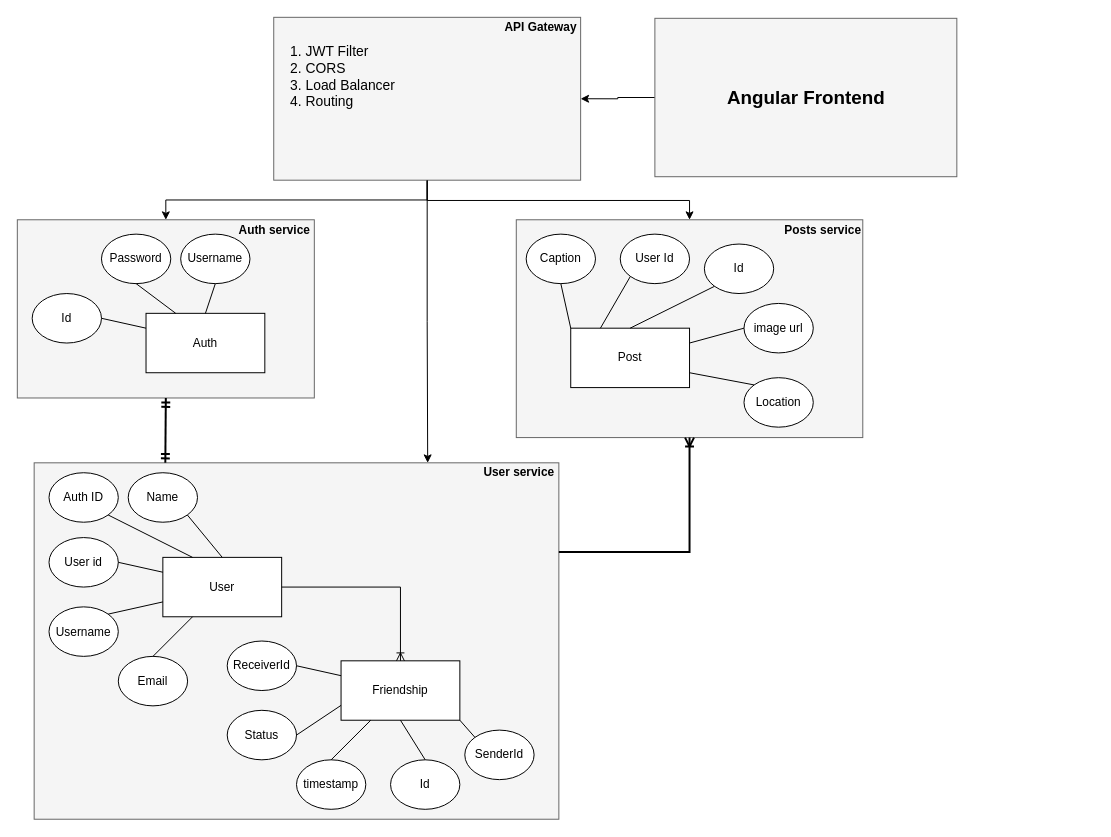
This is socio.drawio from meethariya/Socio, a draw.io file, before an edit. Source tidied: cells renumbered, new cells numbered last; positions are measured from the earlier drawing's top-left corner, leaving out a move shared by most shapes. Both pictures are drawn from the tidied source at 99%, with x=0, y=0 at pixel (17, 17).
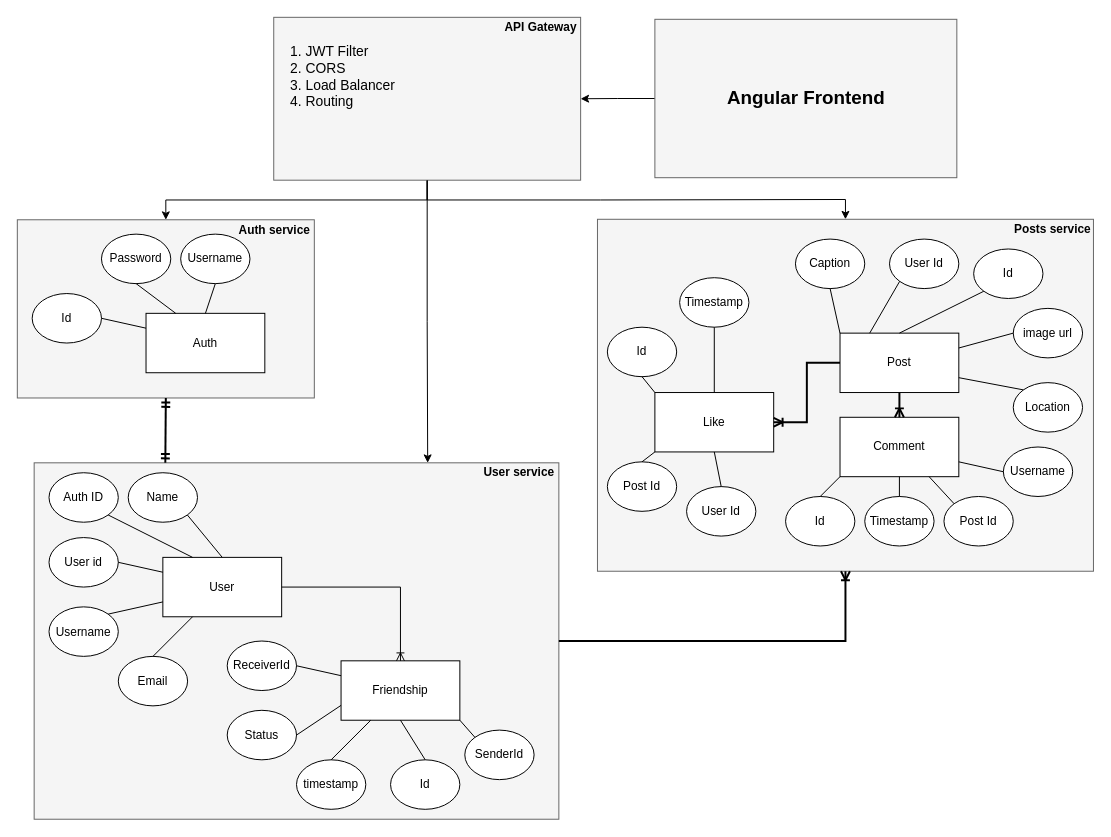
The same diagram, later.

The change refers to these unchanged cells:
```xml
<mxCell id="4" style="rounded=0;whiteSpace=wrap;html=1;fillColor=#f5f5f5;strokeColor=#666666;fontColor=#333333;" parent="1" vertex="1">
  <mxGeometry x="17" y="450" width="530" height="360" as="geometry" />
</mxCell>
<mxCell id="53" style="rounded=0;whiteSpace=wrap;html=1;fillColor=#f5f5f5;fontColor=#333333;strokeColor=#666666;" parent="1" vertex="1">
  <mxGeometry x="259" width="310" height="164.5" as="geometry" />
</mxCell>
```

Diff of the diagram source:
```diff
@@
     <mxCell id="2" style="rounded=0;whiteSpace=wrap;html=1;fillColor=#f5f5f5;fontColor=#333333;strokeColor=#666666;" parent="1" vertex="1">
-      <mxGeometry x="504" y="204.5" width="350" height="220" as="geometry" />
+      <mxGeometry x="586" y="204" width="501" height="355.5" as="geometry" />
     </mxCell>
@@
     <mxCell id="16" value="Post" style="rounded=0;whiteSpace=wrap;html=1;" parent="1" vertex="1">
-      <mxGeometry x="559" y="314" width="120" height="60" as="geometry" />
+      <mxGeometry x="831" y="319" width="120" height="60" as="geometry" />
     </mxCell>
     <mxCell id="17" value="Caption" style="ellipse;whiteSpace=wrap;html=1;" parent="1" vertex="1">
-      <mxGeometry x="514" y="219" width="70" height="50" as="geometry" />
+      <mxGeometry x="786" y="224" width="70" height="50" as="geometry" />
     </mxCell>
     <mxCell id="18" value="Location" style="ellipse;whiteSpace=wrap;html=1;" parent="1" vertex="1">
-      <mxGeometry x="734" y="364" width="70" height="50" as="geometry" />
+      <mxGeometry x="1006" y="369" width="70" height="50" as="geometry" />
     </mxCell>
     <mxCell id="19" value="image url" style="ellipse;whiteSpace=wrap;html=1;" parent="1" vertex="1">
-      <mxGeometry x="734" y="289" width="70" height="50" as="geometry" />
+      <mxGeometry x="1006" y="294" width="70" height="50" as="geometry" />
     </mxCell>
     <mxCell id="20" value="User Id" style="ellipse;whiteSpace=wrap;html=1;" parent="1" vertex="1">
-      <mxGeometry x="609" y="219" width="70" height="50" as="geometry" />
+      <mxGeometry x="881" y="224" width="70" height="50" as="geometry" />
     </mxCell>
     <mxCell id="21" value="Id" style="ellipse;whiteSpace=wrap;html=1;" parent="1" vertex="1">
-      <mxGeometry x="694" y="229" width="70" height="50" as="geometry" />
+      <mxGeometry x="966" y="234" width="70" height="50" as="geometry" />
     </mxCell>
@@
-    <mxCell id="27" style="fontSize=12;html=1;endArrow=ERoneToMany;rounded=0;exitX=1;exitY=0.25;exitDx=0;exitDy=0;entryX=0.5;entryY=1;entryDx=0;entryDy=0;edgeStyle=orthogonalEdgeStyle;strokeWidth=2;" parent="1" edge="1" source="4" target="2">
+    <mxCell id="27" style="fontSize=12;html=1;endArrow=ERoneToMany;rounded=0;exitX=1;exitY=0.5;exitDx=0;exitDy=0;entryX=0.5;entryY=1;entryDx=0;entryDy=0;edgeStyle=orthogonalEdgeStyle;strokeWidth=2;" parent="1" edge="1" source="4" target="2">
       <mxGeometry relative="1" as="geometry" />
     </mxCell>
@@
     <mxCell id="49" value="&lt;b&gt;Posts service&lt;/b&gt;" style="text;html=1;align=center;verticalAlign=middle;whiteSpace=wrap;rounded=0;" parent="1" vertex="1">
-      <mxGeometry x="774" y="204.5" width="80" height="20" as="geometry" />
+      <mxGeometry x="1006" y="204" width="80" height="20" as="geometry" />
     </mxCell>
@@
-    <mxCell id="55" style="edgeStyle=orthogonalEdgeStyle;rounded=0;jettySize=auto;html=1;entryX=0.5;entryY=0;entryDx=0;entryDy=0;exitX=0.5;exitY=1;exitDx=0;exitDy=0;" parent="1" edge="1" source="53" target="2">
-      <mxGeometry relative="1" as="geometry">
-        <Array as="points">
-          <mxPoint x="414" y="185" />
-          <mxPoint x="679" y="185" />
-        </Array>
-      </mxGeometry>
-    </mxCell>
@@
     <mxCell id="58" style="rounded=0;whiteSpace=wrap;html=1;fillColor=#f5f5f5;fontColor=#333333;strokeColor=#666666;" parent="1" vertex="1">
-      <mxGeometry x="644" y="1" width="305" height="160" as="geometry" />
+      <mxGeometry x="644" y="2" width="305" height="160" as="geometry" />
     </mxCell>
@@
+    <mxCell id="60" value="Like" style="rounded=0;whiteSpace=wrap;html=1;" parent="1" vertex="1">
+      <mxGeometry x="644" y="379" width="120" height="60" as="geometry" />
+    </mxCell>
+    <mxCell id="61" value="Id" style="ellipse;whiteSpace=wrap;html=1;" parent="1" vertex="1">
+      <mxGeometry x="596" y="313" width="70" height="50" as="geometry" />
+    </mxCell>
+    <mxCell id="62" style="endArrow=none;html=1;rounded=0;entryX=0.5;entryY=1;entryDx=0;entryDy=0;exitX=0;exitY=0;exitDx=0;exitDy=0;" parent="1" edge="1" source="60" target="61">
+      <mxGeometry relative="1" as="geometry" />
+    </mxCell>
+    <mxCell id="63" value="Post Id" style="ellipse;whiteSpace=wrap;html=1;" parent="1" vertex="1">
+      <mxGeometry x="596" y="449" width="70" height="50" as="geometry" />
+    </mxCell>
+    <mxCell id="64" style="endArrow=none;html=1;rounded=0;entryX=0.5;entryY=0;entryDx=0;entryDy=0;exitX=0;exitY=1;exitDx=0;exitDy=0;" parent="1" edge="1" source="60" target="63">
+      <mxGeometry relative="1" as="geometry" />
+    </mxCell>
+    <mxCell id="65" value="User Id" style="ellipse;whiteSpace=wrap;html=1;" parent="1" vertex="1">
+      <mxGeometry x="676" y="474" width="70" height="50" as="geometry" />
+    </mxCell>
+    <mxCell id="66" style="endArrow=none;html=1;rounded=0;entryX=0.5;entryY=0;entryDx=0;entryDy=0;exitX=0.5;exitY=1;exitDx=0;exitDy=0;" parent="1" edge="1" source="60" target="65">
+      <mxGeometry relative="1" as="geometry" />
+    </mxCell>
+    <mxCell id="67" value="Timestamp" style="ellipse;whiteSpace=wrap;html=1;" parent="1" vertex="1">
+      <mxGeometry x="669" y="263" width="70" height="50" as="geometry" />
+    </mxCell>
+    <mxCell id="68" style="endArrow=none;html=1;rounded=0;entryX=0.5;entryY=0;entryDx=0;entryDy=0;exitX=0.5;exitY=1;exitDx=0;exitDy=0;" parent="1" edge="1" source="67" target="60">
+      <mxGeometry relative="1" as="geometry" />
+    </mxCell>
+    <mxCell id="69" style="fontSize=12;html=1;endArrow=ERoneToMany;rounded=0;exitX=0;exitY=0.5;exitDx=0;exitDy=0;entryX=1;entryY=0.5;entryDx=0;entryDy=0;edgeStyle=orthogonalEdgeStyle;strokeWidth=2;" parent="1" edge="1" source="16" target="60">
+      <mxGeometry relative="1" as="geometry" />
+    </mxCell>
+    <mxCell id="70" value="Comment" style="rounded=0;whiteSpace=wrap;html=1;" parent="1" vertex="1">
+      <mxGeometry x="831" y="404" width="120" height="60" as="geometry" />
+    </mxCell>
+    <mxCell id="71" style="fontSize=12;html=1;endArrow=ERoneToMany;rounded=0;exitX=0.5;exitY=1;exitDx=0;exitDy=0;entryX=0.5;entryY=0;entryDx=0;entryDy=0;edgeStyle=orthogonalEdgeStyle;strokeWidth=2;" parent="1" edge="1" source="16" target="70">
+      <mxGeometry relative="1" as="geometry" />
+    </mxCell>
+    <mxCell id="72" value="Id" style="ellipse;whiteSpace=wrap;html=1;" parent="1" vertex="1">
+      <mxGeometry x="776" y="484" width="70" height="50" as="geometry" />
+    </mxCell>
+    <mxCell id="73" value="Timestamp" style="ellipse;whiteSpace=wrap;html=1;" parent="1" vertex="1">
+      <mxGeometry x="856" y="484" width="70" height="50" as="geometry" />
+    </mxCell>
+    <mxCell id="74" value="Post Id" style="ellipse;whiteSpace=wrap;html=1;" parent="1" vertex="1">
+      <mxGeometry x="936" y="484" width="70" height="50" as="geometry" />
+    </mxCell>
+    <mxCell id="75" value="Username" style="ellipse;whiteSpace=wrap;html=1;" parent="1" vertex="1">
+      <mxGeometry x="996" y="434" width="70" height="50" as="geometry" />
+    </mxCell>
+    <mxCell id="76" style="endArrow=none;html=1;rounded=0;entryX=0.5;entryY=0;entryDx=0;entryDy=0;exitX=0;exitY=1;exitDx=0;exitDy=0;" parent="1" edge="1" source="70" target="72">
+      <mxGeometry relative="1" as="geometry" />
+    </mxCell>
+    <mxCell id="77" style="endArrow=none;html=1;rounded=0;entryX=0.5;entryY=0;entryDx=0;entryDy=0;exitX=0.5;exitY=1;exitDx=0;exitDy=0;" parent="1" edge="1" source="70" target="73">
+      <mxGeometry relative="1" as="geometry" />
+    </mxCell>
+    <mxCell id="78" style="endArrow=none;html=1;rounded=0;entryX=0;entryY=0;entryDx=0;entryDy=0;exitX=0.75;exitY=1;exitDx=0;exitDy=0;" parent="1" edge="1" source="70" target="74">
+      <mxGeometry relative="1" as="geometry" />
+    </mxCell>
+    <mxCell id="79" style="endArrow=none;html=1;rounded=0;entryX=0;entryY=0.5;entryDx=0;entryDy=0;exitX=1;exitY=0.75;exitDx=0;exitDy=0;" parent="1" edge="1" source="70" target="75">
+      <mxGeometry relative="1" as="geometry" />
+    </mxCell>
+    <mxCell id="55" style="edgeStyle=orthogonalEdgeStyle;rounded=0;jettySize=auto;html=1;entryX=0.5;entryY=0;entryDx=0;entryDy=0;exitX=0.5;exitY=1;exitDx=0;exitDy=0;" parent="1" edge="1" source="53" target="2">
+      <mxGeometry relative="1" as="geometry" />
+    </mxCell>
```
